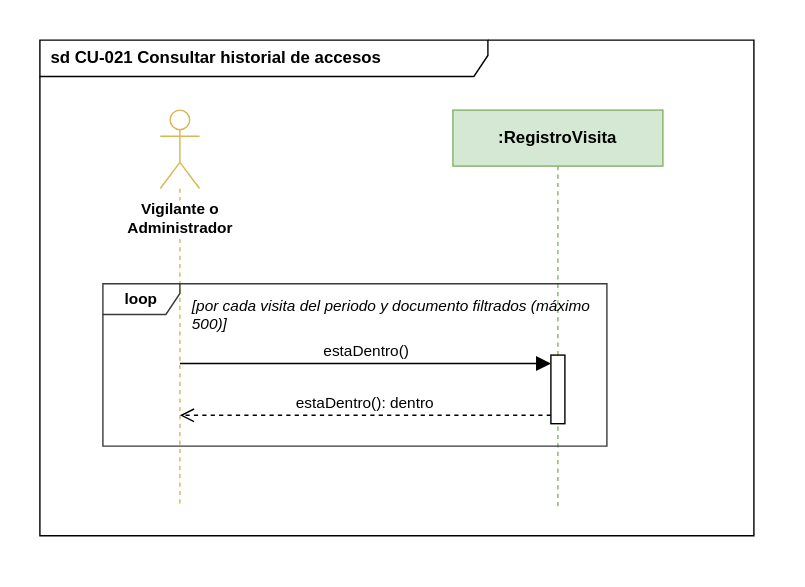
Above: docs/diagramas/Secuencia/cu-021-consultar-historial-de-accesos.svg in yor1008/propiedad-horizontal-back-end (draw.io), before the change. Source tidied: cells renumbered, new cells last; positions are measured from the earlier drawing's top-left corner, leaving out a move shared by most shapes. Its diagram source:
```xml
<mxGraphModel>
  <root>
    <mxCell id="0" />
    <mxCell id="1" parent="0" />
    <mxCell id="2" value="sd CU-021 Consultar historial de accesos" style="shape=umlFrame;whiteSpace=wrap;html=1;fillColor=#ffffff;strokeColor=#000000;fontStyle=1;fontSize=12;align=left;spacingLeft=6;width=320;height=26;" parent="1" vertex="1">
      <mxGeometry width="510" height="354" as="geometry" />
    </mxCell>
    <mxCell id="3" value="Vigilante o&lt;br&gt;Administrador" style="shape=umlLifeline;participant=umlActor;perimeter=lifelinePerimeter;whiteSpace=nowrap;html=1;outlineConnect=0;portConstraint=eastwest;size=56;verticalAlign=top;spacingTop=58;labelBackgroundColor=#ffffff;fontStyle=1;fontSize=11;fillColor=#ffffff;strokeColor=#d6b656;" parent="1" vertex="1">
      <mxGeometry x="86" y="50" width="28" height="284" as="geometry" />
    </mxCell>
    <mxCell id="4" value=":RegistroVisita" style="shape=umlLifeline;perimeter=lifelinePerimeter;whiteSpace=wrap;html=1;size=40;fillColor=#d5e8d4;strokeColor=#82b366;fontStyle=1;fontSize=12;" parent="1" vertex="1">
      <mxGeometry x="295" y="50" width="150" height="284" as="geometry" />
    </mxCell>
    <mxCell id="5" value="loop" style="shape=umlFrame;whiteSpace=wrap;html=1;fillColor=#ffffff;strokeColor=#36393d;fontStyle=1;fontSize=11;width=55;height=22;" parent="1" vertex="1">
      <mxGeometry x="45" y="174" width="360" height="116" as="geometry" />
    </mxCell>
    <mxCell id="6" style="html=1;points=[];perimeter=orthogonalPerimeter;fillColor=#ffffff;strokeColor=#000000;" parent="1" vertex="1">
      <mxGeometry x="365" y="225" width="10" height="49" as="geometry" />
    </mxCell>
    <mxCell id="7" value="estaDentro()" style="html=1;verticalAlign=bottom;rounded=0;fontSize=11;strokeColor=#000000;endArrow=block;endFill=1;endSize=8;exitX=0.5000;exitY=0.6373;exitDx=0;exitDy=0;exitPerimeter=0;entryX=0.0000;entryY=0.1224;entryDx=0;entryDy=0;entryPerimeter=0;" parent="1" edge="1" source="3" target="6">
      <mxGeometry relative="1" as="geometry" />
    </mxCell>
    <mxCell id="8" value="estaDentro(): dentro" style="html=1;verticalAlign=bottom;rounded=0;fontSize=11;strokeColor=#000000;dashed=1;endArrow=open;endFill=0;endSize=8;exitX=0.0000;exitY=0.8776;exitDx=0;exitDy=0;exitPerimeter=0;entryX=0.5000;entryY=0.7676;entryDx=0;entryDy=0;entryPerimeter=0;" parent="1" edge="1" source="6" target="3">
      <mxGeometry relative="1" as="geometry" />
    </mxCell>
    <mxCell id="9" value="[por cada visita del periodo y documento filtrados (máximo 500)]" style="text;html=1;align=left;verticalAlign=top;whiteSpace=wrap;fontSize=11;fontStyle=2;" parent="1" vertex="1">
      <mxGeometry x="107" y="177" width="290" height="22" as="geometry" />
    </mxCell>
  </root>
</mxGraphModel>
```
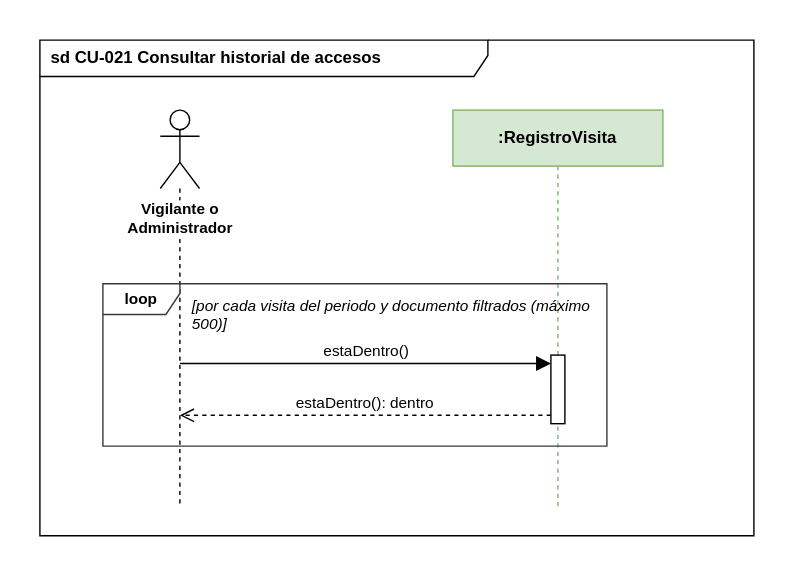
The same file after the commit.

Change to the diagram source:
```diff
@@ -5,7 +5,7 @@
     <mxCell id="2" value="sd CU-021 Consultar historial de accesos" style="shape=umlFrame;whiteSpace=wrap;html=1;fillColor=#ffffff;strokeColor=#000000;fontStyle=1;fontSize=12;align=left;spacingLeft=6;width=320;height=26;" parent="1" vertex="1">
       <mxGeometry width="510" height="354" as="geometry" />
     </mxCell>
-    <mxCell id="3" value="Vigilante o&lt;br&gt;Administrador" style="shape=umlLifeline;participant=umlActor;perimeter=lifelinePerimeter;whiteSpace=nowrap;html=1;outlineConnect=0;portConstraint=eastwest;size=56;verticalAlign=top;spacingTop=58;labelBackgroundColor=#ffffff;fontStyle=1;fontSize=11;fillColor=#ffffff;strokeColor=#d6b656;" parent="1" vertex="1">
+    <mxCell id="3" value="Vigilante o&lt;br&gt;Administrador" style="shape=umlLifeline;participant=umlActor;perimeter=lifelinePerimeter;whiteSpace=nowrap;html=1;outlineConnect=0;portConstraint=eastwest;size=56;verticalAlign=top;spacingTop=58;labelBackgroundColor=#ffffff;fontStyle=1;fontSize=11;fillColor=#ffffff;strokeColor=#000000;" parent="1" vertex="1">
       <mxGeometry x="86" y="50" width="28" height="284" as="geometry" />
     </mxCell>
     <mxCell id="4" value=":RegistroVisita" style="shape=umlLifeline;perimeter=lifelinePerimeter;whiteSpace=wrap;html=1;size=40;fillColor=#d5e8d4;strokeColor=#82b366;fontStyle=1;fontSize=12;" parent="1" vertex="1">
```
